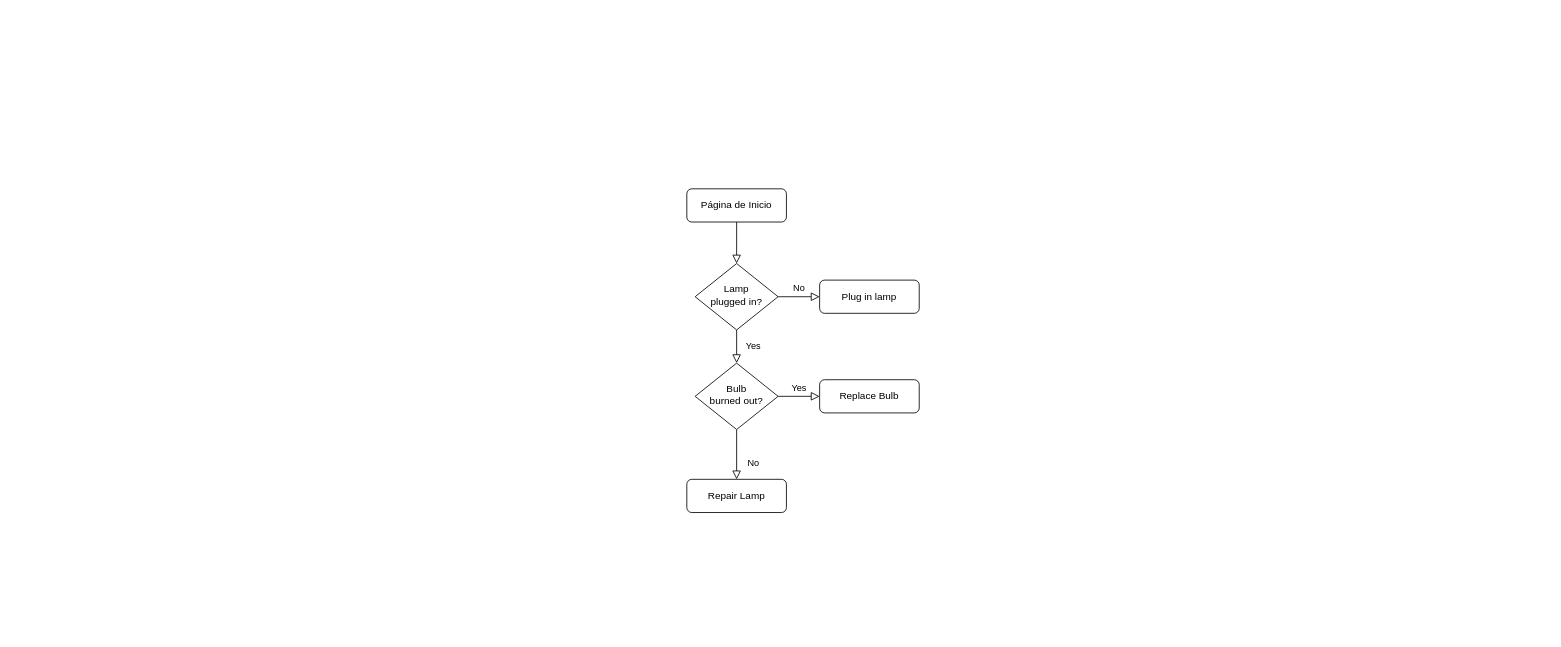
ELENAHCH18/Proyecto_Colabora keeps this draw.io diagram as Diagrama sin título.drawio. Above is the earlier version. Source tidied: cells renumbered, new cells numbered last; positions are measured from the earlier drawing's top-left corner, leaving out a move shared by most shapes. Both pictures are drawn from the tidied source at 83%, with x=0, y=0 at pixel (686, 188).
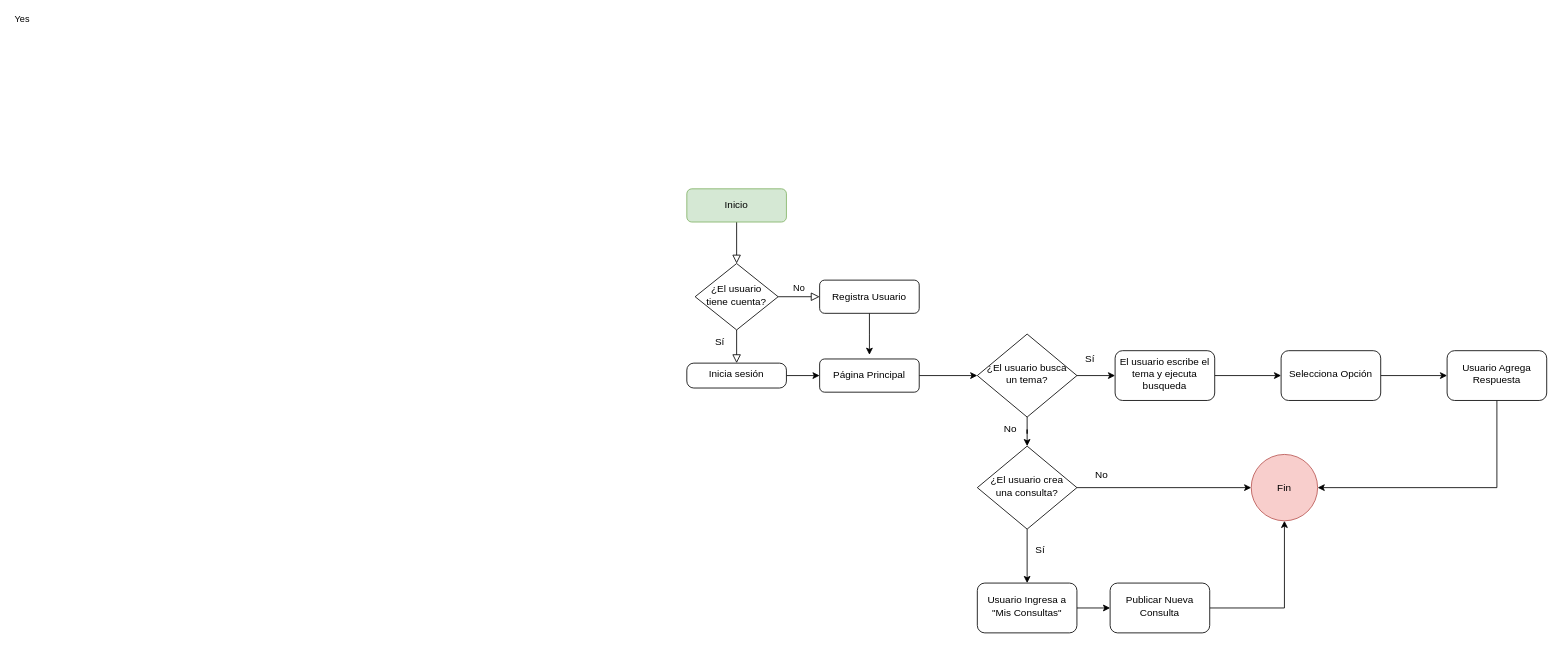
The same page after the edit.

The edit, as a diff of the source:
```diff
@@
-    <mxCell id="3" value="Página de Inicio" style="rounded=1;whiteSpace=wrap;html=1;fontSize=12;glass=0;strokeWidth=1;shadow=0;" parent="1" vertex="1">
+    <mxCell id="3" value="Inicio" style="rounded=1;whiteSpace=wrap;html=1;fontSize=12;glass=0;strokeWidth=1;shadow=0;fillColor=#d5e8d4;strokeColor=#82b366;" parent="1" vertex="1">
       <mxGeometry width="120" height="40" as="geometry" />
     </mxCell>
-    <mxCell id="4" value="Yes" style="rounded=0;html=1;jettySize=auto;fontSize=11;endArrow=block;endFill=0;endSize=8;strokeWidth=1;shadow=0;labelBackgroundColor=none;edgeStyle=orthogonalEdgeStyle;" parent="1" edge="1" source="6" target="10">
-      <mxGeometry y="20" relative="1" as="geometry" />
+    <mxCell id="4" value="Yes" style="rounded=0;html=1;jettySize=auto;fontSize=11;endArrow=block;endFill=0;endSize=8;strokeWidth=1;shadow=0;labelBackgroundColor=none;edgeStyle=orthogonalEdgeStyle;exitX=0.5;exitY=1;exitDx=0;exitDy=0;entryX=0.5;entryY=0;entryDx=0;entryDy=0;" parent="1" edge="1" source="6" target="16">
+      <mxGeometry x="-1" y="-434" relative="1" as="geometry">
+        <mxPoint x="-427" y="-374" as="offset" />
+      </mxGeometry>
     </mxCell>
@@
-    <mxCell id="6" value="Lamp&lt;br&gt;plugged in?" style="rhombus;whiteSpace=wrap;html=1;shadow=0;fontFamily=Helvetica;fontSize=12;align=center;strokeWidth=1;spacing=6;spacingTop=-4;" parent="1" vertex="1">
+    <mxCell id="6" value="¿El usuario tiene cuenta?" style="rhombus;whiteSpace=wrap;html=1;shadow=0;fontFamily=Helvetica;fontSize=12;align=center;strokeWidth=1;spacing=6;spacingTop=-4;" parent="1" vertex="1">
       <mxGeometry x="10" y="90" width="100" height="80" as="geometry" />
     </mxCell>
+    <mxCell id="13" style="edgeStyle=orthogonalEdgeStyle;rounded=0;jettySize=auto;html=1;" parent="1" edge="1" source="7">
+      <mxGeometry relative="1" as="geometry">
+        <mxPoint x="220" y="200" as="targetPoint" />
+      </mxGeometry>
+    </mxCell>
-    <mxCell id="7" value="Plug in lamp" style="rounded=1;whiteSpace=wrap;html=1;fontSize=12;glass=0;strokeWidth=1;shadow=0;" parent="1" vertex="1">
+    <mxCell id="7" value="Registra Usuario" style="rounded=1;whiteSpace=wrap;html=1;fontSize=12;glass=0;strokeWidth=1;shadow=0;" parent="1" vertex="1">
       <mxGeometry x="160" y="110" width="120" height="40" as="geometry" />
     </mxCell>
-    <mxCell id="8" value="No" style="rounded=0;html=1;jettySize=auto;fontSize=11;endArrow=block;endFill=0;endSize=8;strokeWidth=1;shadow=0;labelBackgroundColor=none;edgeStyle=orthogonalEdgeStyle;" parent="1" edge="1" source="10" target="11">
-      <mxGeometry x="0.33" y="20" relative="1" as="geometry" />
-    </mxCell>
-    <mxCell id="9" value="Yes" style="edgeStyle=orthogonalEdgeStyle;rounded=0;html=1;jettySize=auto;fontSize=11;endArrow=block;endFill=0;endSize=8;strokeWidth=1;shadow=0;labelBackgroundColor=none;" parent="1" edge="1" source="10" target="12">
-      <mxGeometry y="10" relative="1" as="geometry" />
-    </mxCell>
-    <mxCell id="10" value="Bulb&lt;br&gt;burned out?" style="rhombus;whiteSpace=wrap;html=1;shadow=0;fontFamily=Helvetica;fontSize=12;align=center;strokeWidth=1;spacing=6;spacingTop=-4;" parent="1" vertex="1">
-      <mxGeometry x="10" y="210" width="100" height="80" as="geometry" />
-    </mxCell>
+    <mxCell id="14" style="edgeStyle=orthogonalEdgeStyle;rounded=0;jettySize=auto;html=1;exitX=1;exitY=0.5;exitDx=0;exitDy=0;entryX=0;entryY=0.5;entryDx=0;entryDy=0;" parent="1" edge="1" source="11" target="23">
+      <mxGeometry relative="1" as="geometry" />
+    </mxCell>
-    <mxCell id="11" value="Repair Lamp" style="rounded=1;whiteSpace=wrap;html=1;fontSize=12;glass=0;strokeWidth=1;shadow=0;" parent="1" vertex="1">
-      <mxGeometry y="350" width="120" height="40" as="geometry" />
+    <mxCell id="11" value="Página Principal" style="rounded=1;whiteSpace=wrap;html=1;fontSize=12;glass=0;strokeWidth=1;shadow=0;" parent="1" vertex="1">
+      <mxGeometry x="160" y="205" width="120" height="40" as="geometry" />
     </mxCell>
-    <mxCell id="12" value="Replace Bulb" style="rounded=1;whiteSpace=wrap;html=1;fontSize=12;glass=0;strokeWidth=1;shadow=0;" parent="1" vertex="1">
-      <mxGeometry x="160" y="230" width="120" height="40" as="geometry" />
-    </mxCell>
+    <mxCell id="15" style="edgeStyle=orthogonalEdgeStyle;rounded=0;jettySize=auto;html=1;entryX=0;entryY=0.5;entryDx=0;entryDy=0;" parent="1" edge="1" source="16" target="11">
+      <mxGeometry relative="1" as="geometry" />
+    </mxCell>
+    <mxCell id="16" value="Inicia sesión" style="rounded=1;whiteSpace=wrap;html=1;shadow=0;strokeWidth=1;spacing=6;spacingTop=-4;arcSize=28;" parent="1" vertex="1">
+      <mxGeometry y="210" width="120" height="30" as="geometry" />
+    </mxCell>
+    <mxCell id="17" value="Sí" style="text;html=1;align=center;verticalAlign=middle;whiteSpace=wrap;rounded=0;" parent="1" vertex="1">
+      <mxGeometry x="10" y="170" width="60" height="30" as="geometry" />
+    </mxCell>
+    <mxCell id="18" style="edgeStyle=orthogonalEdgeStyle;rounded=0;jettySize=auto;html=1;exitX=0.5;exitY=1;exitDx=0;exitDy=0;" parent="1" edge="1" source="20" target="31">
+      <mxGeometry relative="1" as="geometry" />
+    </mxCell>
+    <mxCell id="19" style="edgeStyle=orthogonalEdgeStyle;rounded=0;jettySize=auto;html=1;entryX=0;entryY=0.5;entryDx=0;entryDy=0;" parent="1" edge="1" source="20" target="36">
+      <mxGeometry relative="1" as="geometry" />
+    </mxCell>
+    <mxCell id="20" value="¿El usuario crea una consulta?" style="rhombus;whiteSpace=wrap;html=1;shadow=0;fontFamily=Helvetica;fontSize=12;align=center;strokeWidth=1;spacing=6;spacingTop=-4;" parent="1" vertex="1">
+      <mxGeometry x="350" y="310" width="120" height="100" as="geometry" />
+    </mxCell>
+    <mxCell id="21" style="edgeStyle=orthogonalEdgeStyle;rounded=0;jettySize=auto;html=1;" parent="1" edge="1" source="23" target="25">
+      <mxGeometry relative="1" as="geometry" />
+    </mxCell>
+    <mxCell id="22" style="edgeStyle=orthogonalEdgeStyle;rounded=0;jettySize=auto;html=1;" parent="1" edge="1" source="23" target="20">
+      <mxGeometry relative="1" as="geometry" />
+    </mxCell>
+    <mxCell id="23" value="¿El usuario busca un tema?" style="rhombus;whiteSpace=wrap;html=1;shadow=0;fontFamily=Helvetica;fontSize=12;align=center;strokeWidth=1;spacing=6;spacingTop=-4;" parent="1" vertex="1">
+      <mxGeometry x="350" y="175" width="120" height="100" as="geometry" />
+    </mxCell>
+    <mxCell id="24" style="edgeStyle=orthogonalEdgeStyle;rounded=0;jettySize=auto;html=1;" parent="1" edge="1" source="25" target="27">
+      <mxGeometry relative="1" as="geometry" />
+    </mxCell>
+    <mxCell id="25" value="El usuario escribe el tema y ejecuta busqueda" style="rounded=1;whiteSpace=wrap;html=1;shadow=0;strokeWidth=1;spacing=6;spacingTop=-4;" parent="1" vertex="1">
+      <mxGeometry x="516" y="195" width="120" height="60" as="geometry" />
+    </mxCell>
+    <mxCell id="26" style="edgeStyle=orthogonalEdgeStyle;rounded=0;jettySize=auto;html=1;" parent="1" edge="1" source="27" target="29">
+      <mxGeometry relative="1" as="geometry" />
+    </mxCell>
+    <mxCell id="27" value="Selecciona Opción" style="rounded=1;whiteSpace=wrap;html=1;shadow=0;strokeWidth=1;spacing=6;spacingTop=-4;" parent="1" vertex="1">
+      <mxGeometry x="716" y="195" width="120" height="60" as="geometry" />
+    </mxCell>
+    <mxCell id="28" style="edgeStyle=orthogonalEdgeStyle;rounded=0;jettySize=auto;html=1;entryX=1;entryY=0.5;entryDx=0;entryDy=0;" parent="1" edge="1" source="29" target="36">
+      <mxGeometry relative="1" as="geometry">
+        <Array as="points">
+          <mxPoint x="976" y="360" />
+        </Array>
+      </mxGeometry>
+    </mxCell>
+    <mxCell id="29" value="Usuario Agrega Respuesta" style="whiteSpace=wrap;html=1;rounded=1;shadow=0;strokeWidth=1;spacing=6;spacingTop=-4;" parent="1" vertex="1">
+      <mxGeometry x="916" y="195" width="120" height="60" as="geometry" />
+    </mxCell>
+    <mxCell id="30" style="edgeStyle=orthogonalEdgeStyle;rounded=0;jettySize=auto;html=1;" parent="1" edge="1" source="31" target="35">
+      <mxGeometry relative="1" as="geometry" />
+    </mxCell>
+    <mxCell id="31" value="Usuario Ingresa a &quot;Mis Consultas&quot;" style="rounded=1;whiteSpace=wrap;html=1;shadow=0;strokeWidth=1;spacing=6;spacingTop=-4;" parent="1" vertex="1">
+      <mxGeometry x="350" y="475" width="120" height="60" as="geometry" />
+    </mxCell>
+    <mxCell id="32" value="Sí" style="text;html=1;align=center;verticalAlign=middle;whiteSpace=wrap;rounded=0;" parent="1" vertex="1">
+      <mxGeometry x="396" y="420" width="60" height="30" as="geometry" />
+    </mxCell>
+    <mxCell id="33" value="Sí" style="text;html=1;align=center;verticalAlign=middle;whiteSpace=wrap;rounded=0;" parent="1" vertex="1">
+      <mxGeometry x="456" y="190" width="60" height="30" as="geometry" />
+    </mxCell>
+    <mxCell id="34" style="edgeStyle=orthogonalEdgeStyle;rounded=0;jettySize=auto;html=1;entryX=0.5;entryY=1;entryDx=0;entryDy=0;" parent="1" edge="1" source="35" target="36">
+      <mxGeometry relative="1" as="geometry" />
+    </mxCell>
+    <mxCell id="35" value="Publicar Nueva Consulta" style="whiteSpace=wrap;html=1;rounded=1;shadow=0;strokeWidth=1;spacing=6;spacingTop=-4;" parent="1" vertex="1">
+      <mxGeometry x="510" y="475" width="120" height="60" as="geometry" />
+    </mxCell>
+    <mxCell id="36" value="Fin" style="ellipse;whiteSpace=wrap;html=1;fillColor=#f8cecc;strokeColor=#b85450;" parent="1" vertex="1">
+      <mxGeometry x="680" y="320" width="80" height="80" as="geometry" />
+    </mxCell>
+    <mxCell id="37" value="No" style="text;html=1;align=center;verticalAlign=middle;whiteSpace=wrap;rounded=0;" parent="1" vertex="1">
+      <mxGeometry x="360" y="275" width="60" height="30" as="geometry" />
+    </mxCell>
+    <mxCell id="38" value="No" style="text;html=1;align=center;verticalAlign=middle;whiteSpace=wrap;rounded=0;" parent="1" vertex="1">
+      <mxGeometry x="470" y="330" width="60" height="30" as="geometry" />
+    </mxCell>
```
